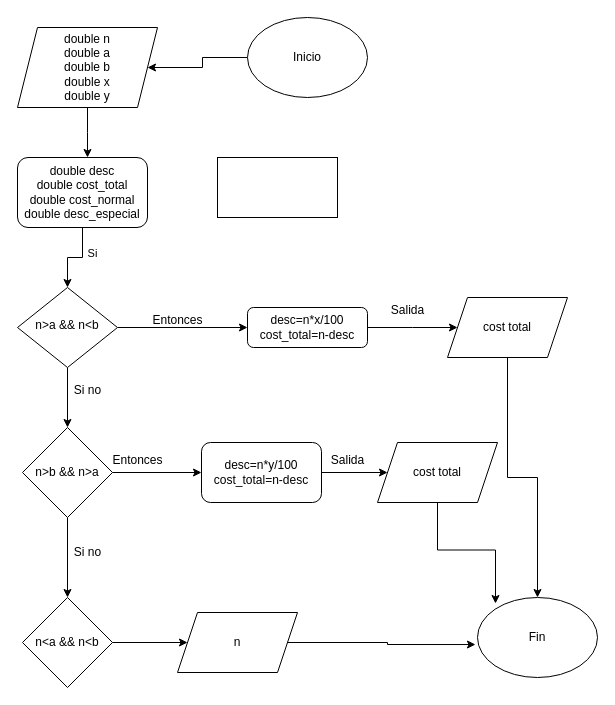
The draw.io diagram Diagrama1.4.drawio in Dakotaflores/Diagramasdeflujo, before the edit. Source tidied: cells renumbered, new cells numbered last; positions are measured from the earlier drawing's top-left corner, leaving out a move shared by most shapes. Both pictures are drawn from the tidied source at 100%, with x=0, y=0 at pixel (17, 17).
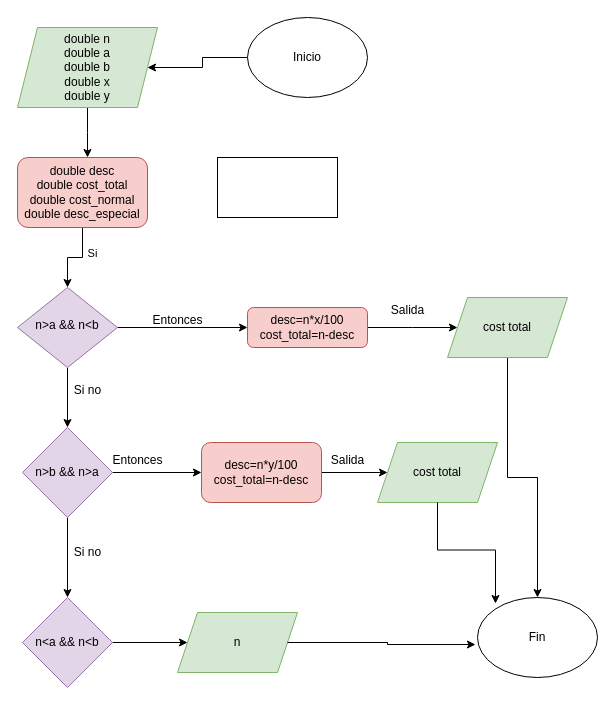
After the change.

Commit message:
actualiacion de diagrama4

Diff of the diagram source:
```diff
@@
-    <mxCell id="4" value="n&amp;gt;a &amp;amp;&amp;amp; n&amp;lt;b" style="rhombus;whiteSpace=wrap;html=1;shadow=0;fontFamily=Helvetica;fontSize=12;align=center;strokeWidth=1;spacing=6;spacingTop=-4;" parent="1" vertex="1">
+    <mxCell id="4" value="n&amp;gt;a &amp;amp;&amp;amp; n&amp;lt;b" style="rhombus;whiteSpace=wrap;html=1;shadow=0;fontFamily=Helvetica;fontSize=12;align=center;strokeWidth=1;spacing=6;spacingTop=-4;fillColor=#e1d5e7;strokeColor=#9673a6;" parent="1" vertex="1">
       <mxGeometry y="270" width="100" height="80" as="geometry" />
     </mxCell>
@@
-    <mxCell id="6" value="desc=n*x/100&lt;div&gt;cost_total=n-desc&lt;/div&gt;" style="rounded=1;whiteSpace=wrap;html=1;fontSize=12;glass=0;strokeWidth=1;shadow=0;" parent="1" vertex="1">
+    <mxCell id="6" value="desc=n*x/100&lt;div&gt;cost_total=n-desc&lt;/div&gt;" style="rounded=1;whiteSpace=wrap;html=1;fontSize=12;glass=0;strokeWidth=1;shadow=0;fillColor=#f8cecc;strokeColor=#b85450;" parent="1" vertex="1">
       <mxGeometry x="230" y="290" width="120" height="40" as="geometry" />
     </mxCell>
@@
-    <mxCell id="8" value="double n&lt;div&gt;double a&lt;/div&gt;&lt;div&gt;double b&lt;/div&gt;&lt;div&gt;double x&lt;/div&gt;&lt;div&gt;double y&lt;/div&gt;" style="shape=parallelogram;perimeter=parallelogramPerimeter;whiteSpace=wrap;html=1;fixedSize=1;" parent="1" vertex="1">
+    <mxCell id="8" value="double n&lt;div&gt;double a&lt;/div&gt;&lt;div&gt;double b&lt;/div&gt;&lt;div&gt;double x&lt;/div&gt;&lt;div&gt;double y&lt;/div&gt;" style="shape=parallelogram;perimeter=parallelogramPerimeter;whiteSpace=wrap;html=1;fixedSize=1;fillColor=#d5e8d4;strokeColor=#82b366;" parent="1" vertex="1">
       <mxGeometry y="10" width="140" height="80" as="geometry" />
     </mxCell>
@@
-    <mxCell id="11" style="rounded=0;whiteSpace=wrap;html=1;" parent="1" vertex="1">
-      <mxGeometry x="200" y="140" width="120" height="60" as="geometry" />
-    </mxCell>
@@
+    <mxCell id="11" style="rounded=0;whiteSpace=wrap;html=1;" parent="1" vertex="1">
+      <mxGeometry x="200" y="140" width="120" height="60" as="geometry" />
+    </mxCell>
-    <mxCell id="14" value="double desc&lt;div&gt;double cost_total&lt;/div&gt;&lt;div&gt;double cost_normal&lt;/div&gt;&lt;div&gt;double desc_especial&lt;/div&gt;" style="rounded=1;whiteSpace=wrap;html=1;" parent="1" vertex="1">
+    <mxCell id="14" value="double desc&lt;div&gt;double cost_total&lt;/div&gt;&lt;div&gt;double cost_normal&lt;/div&gt;&lt;div&gt;double desc_especial&lt;/div&gt;" style="rounded=1;whiteSpace=wrap;html=1;fillColor=#f8cecc;strokeColor=#b85450;" parent="1" vertex="1">
       <mxGeometry y="140" width="130" height="70" as="geometry" />
     </mxCell>
@@
-    <mxCell id="16" value="cost total" style="shape=parallelogram;perimeter=parallelogramPerimeter;whiteSpace=wrap;html=1;fixedSize=1;" parent="1" vertex="1">
+    <mxCell id="16" value="cost total" style="shape=parallelogram;perimeter=parallelogramPerimeter;whiteSpace=wrap;html=1;fixedSize=1;fillColor=#d5e8d4;strokeColor=#82b366;" parent="1" vertex="1">
       <mxGeometry x="430" y="280" width="120" height="60" as="geometry" />
     </mxCell>
@@
-    <mxCell id="19" value="n&amp;gt;b &amp;amp;&amp;amp; n&amp;gt;a" style="rhombus;whiteSpace=wrap;html=1;" parent="1" vertex="1">
+    <mxCell id="19" value="n&amp;gt;b &amp;amp;&amp;amp; n&amp;gt;a" style="rhombus;whiteSpace=wrap;html=1;fillColor=#e1d5e7;strokeColor=#9673a6;" parent="1" vertex="1">
       <mxGeometry x="5" y="410" width="90" height="90" as="geometry" />
     </mxCell>
@@
-    <mxCell id="21" value="desc=n*y/100&lt;div&gt;cost_total=n-desc&lt;/div&gt;" style="rounded=1;whiteSpace=wrap;html=1;" parent="1" vertex="1">
+    <mxCell id="21" value="desc=n*y/100&lt;div&gt;cost_total=n-desc&lt;/div&gt;" style="rounded=1;whiteSpace=wrap;html=1;fillColor=#f8cecc;strokeColor=#b85450;" parent="1" vertex="1">
       <mxGeometry x="184" y="425" width="120" height="60" as="geometry" />
     </mxCell>
-    <mxCell id="22" value="cost total" style="shape=parallelogram;perimeter=parallelogramPerimeter;whiteSpace=wrap;html=1;fixedSize=1;" parent="1" vertex="1">
+    <mxCell id="22" value="cost total" style="shape=parallelogram;perimeter=parallelogramPerimeter;whiteSpace=wrap;html=1;fixedSize=1;fillColor=#d5e8d4;strokeColor=#82b366;" parent="1" vertex="1">
       <mxGeometry x="360" y="425" width="120" height="60" as="geometry" />
     </mxCell>
@@
-    <mxCell id="29" value="n&amp;lt;a &amp;amp;&amp;amp; n&amp;lt;b" style="rhombus;whiteSpace=wrap;html=1;" parent="1" vertex="1">
+    <mxCell id="29" value="n&amp;lt;a &amp;amp;&amp;amp; n&amp;lt;b" style="rhombus;whiteSpace=wrap;html=1;fillColor=#e1d5e7;strokeColor=#9673a6;" parent="1" vertex="1">
       <mxGeometry x="5" y="580" width="90" height="90" as="geometry" />
     </mxCell>
@@
-    <mxCell id="31" value="n" style="shape=parallelogram;perimeter=parallelogramPerimeter;whiteSpace=wrap;html=1;fixedSize=1;" parent="1" vertex="1">
+    <mxCell id="31" value="n" style="shape=parallelogram;perimeter=parallelogramPerimeter;whiteSpace=wrap;html=1;fixedSize=1;fillColor=#d5e8d4;strokeColor=#82b366;" parent="1" vertex="1">
       <mxGeometry x="160" y="595" width="120" height="60" as="geometry" />
     </mxCell>
```
